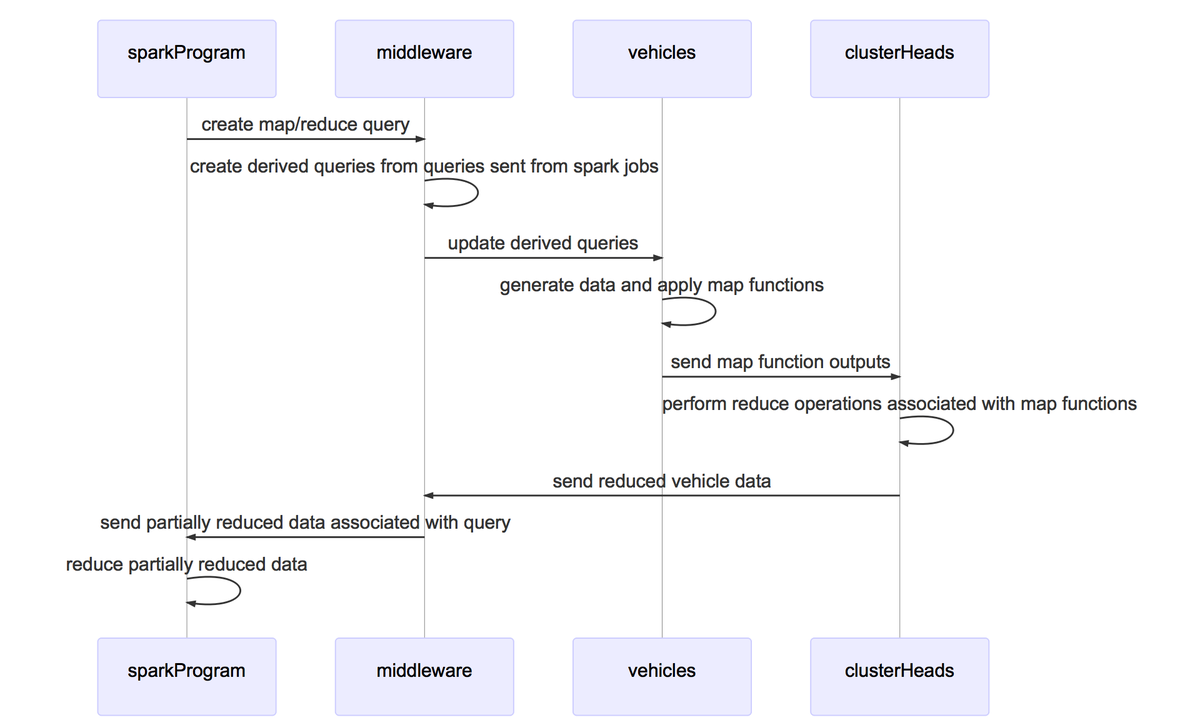
Earlier version of the Mermaid export Thesis/binImages/theoretical-sequence.png (akaanirban/NSL-Spindle). Its source is kept beside it as Thesis/visuals/theoretical-sequence.mmd.
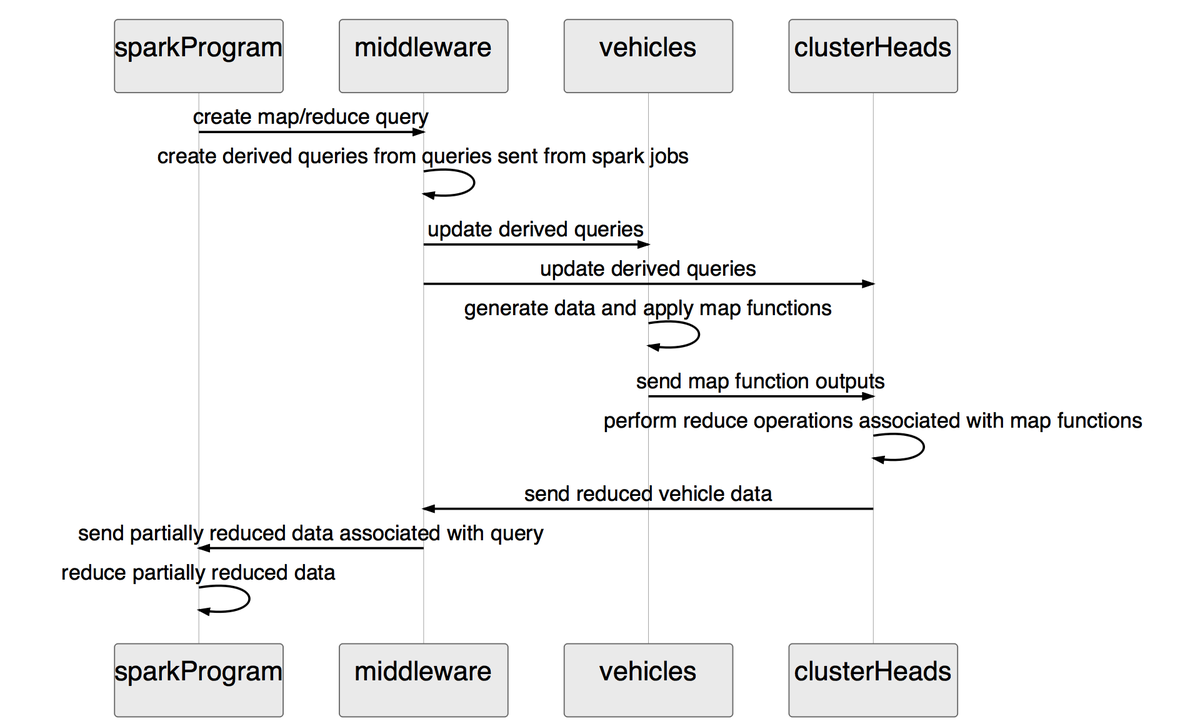
The same file after the commit.

Diff of the diagram source:
```diff
@@ -2,6 +2,7 @@
     sparkProgram->>middleware: create map/reduce query
     middleware->>middleware: create derived queries from queries sent from spark jobs
     middleware->>vehicles: update derived queries
+    middleware->>clusterHeads: update derived queries
     vehicles->>vehicles: generate data and apply map functions
     vehicles->>clusterHeads: send map function outputs
     clusterHeads->>clusterHeads: perform reduce operations associated with map functions
```
